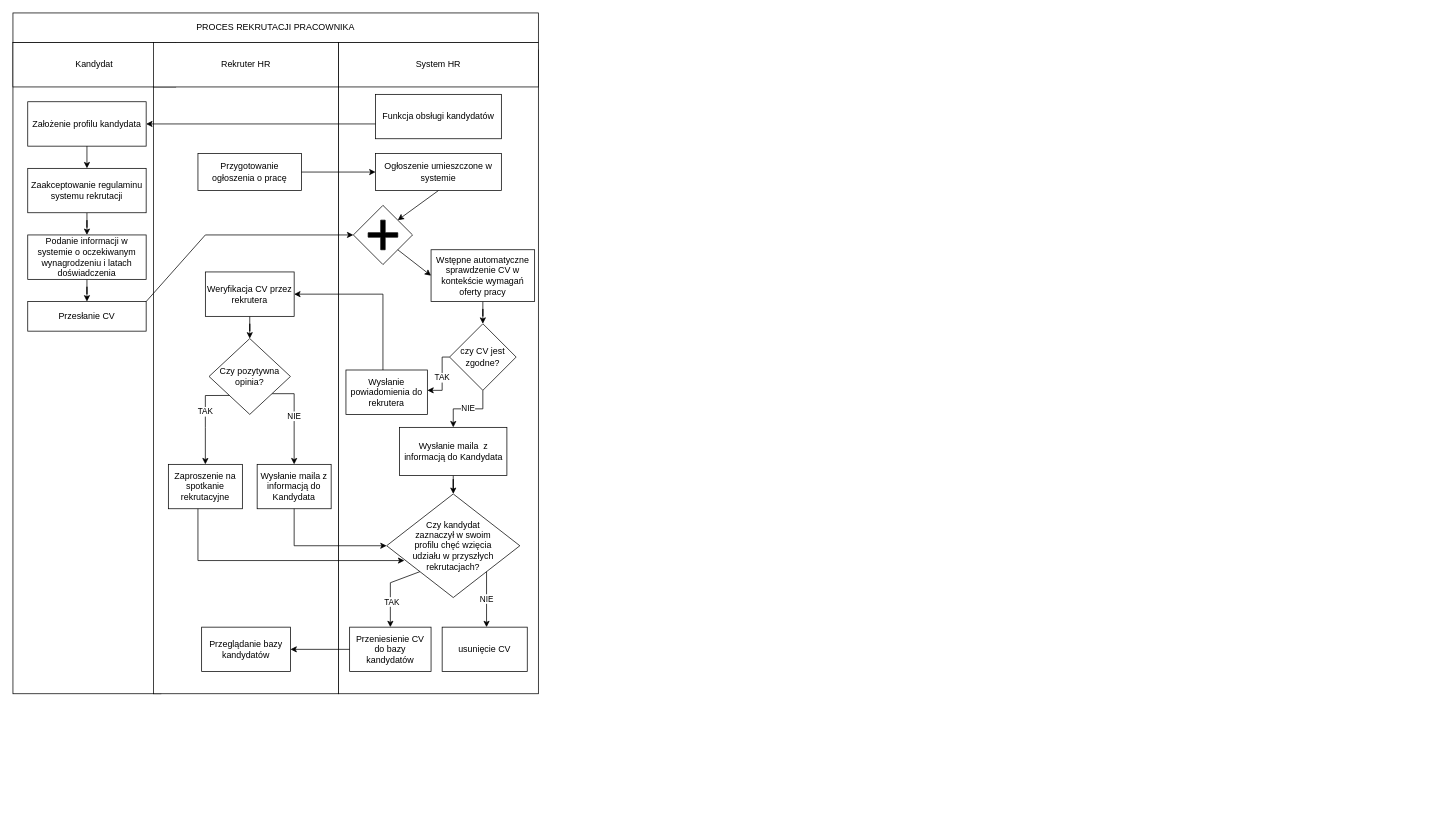
This is Diagram bez tytułu.drawio from bwx33/draw, a draw.io file, before an edit. Source tidied: cells renumbered, new cells numbered last; positions are measured from the earlier drawing's top-left corner, leaving out a move shared by most shapes. Both pictures are drawn from the tidied source at 74%, with x=0, y=0 at pixel (13, 13).
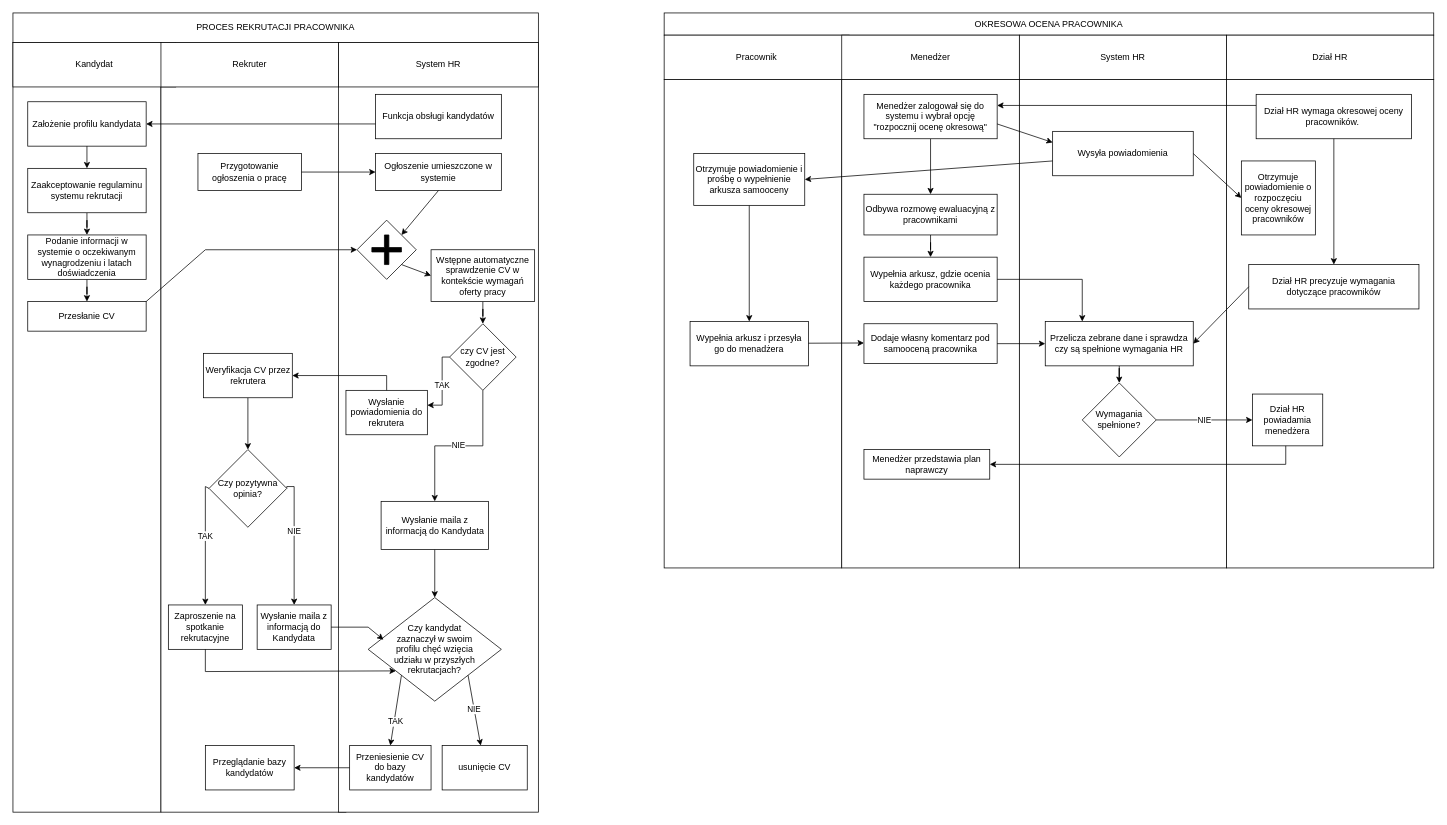
After the change.

The change refers to these unchanged cells:
```xml
<mxCell id="16" value="czy CV jest zgodne?" style="rhombus;whiteSpace=wrap;html=1;" parent="1" vertex="1">
  <mxGeometry x="590" y="420" width="90" height="90" as="geometry" />
</mxCell>
```

Diff of the diagram source:
```diff
@@
     <mxCell id="2" style="rounded=0;whiteSpace=wrap;html=1;" parent="1" vertex="1">
-      <mxGeometry y="40" width="200" height="880" as="geometry" />
+      <mxGeometry y="40" width="200" height="1040" as="geometry" />
     </mxCell>
     <mxCell id="3" style="rounded=0;whiteSpace=wrap;html=1;" parent="1" vertex="1">
-      <mxGeometry x="190" y="35" width="250" height="885" as="geometry" />
+      <mxGeometry x="200" y="35" width="250" height="1045" as="geometry" />
     </mxCell>
     <mxCell id="4" style="rounded=0;whiteSpace=wrap;html=1;" parent="1" vertex="1">
-      <mxGeometry x="440" y="50" width="270" height="870" as="geometry" />
+      <mxGeometry x="440" y="40" width="270" height="1040" as="geometry" />
     </mxCell>
@@
-    <mxCell id="7" value="Rekruter HR" style="rounded=0;whiteSpace=wrap;html=1;" parent="1" vertex="1">
-      <mxGeometry x="190" y="40" width="250" height="60" as="geometry" />
+    <mxCell id="7" value="Rekruter" style="rounded=0;whiteSpace=wrap;html=1;" parent="1" vertex="1">
+      <mxGeometry x="200" y="40" width="240" height="60" as="geometry" />
     </mxCell>
@@
     <mxCell id="15" value="TAK" style="edgeStyle=orthogonalEdgeStyle;rounded=0;jettySize=auto;html=1;" parent="1" edge="1" source="16" target="35">
       <mxGeometry relative="1" as="geometry">
         <Array as="points">
           <mxPoint x="580" y="465" />
-          <mxPoint x="580" y="510" />
+          <mxPoint x="580" y="530" />
         </Array>
       </mxGeometry>
     </mxCell>
@@
     <mxCell id="18" value="Weryfikacja CV przez rekrutera" style="rounded=0;whiteSpace=wrap;html=1;" parent="1" vertex="1">
-      <mxGeometry x="260" y="350" width="120" height="60" as="geometry" />
+      <mxGeometry x="257.5" y="460" width="120" height="60" as="geometry" />
     </mxCell>
@@
-    <mxCell id="20" value="&lt;div&gt;&lt;span style=&quot;background-color: transparent; color: light-dark(rgb(0, 0, 0), rgb(255, 255, 255));&quot;&gt;Wysłanie maila&amp;nbsp;&lt;/span&gt;&lt;span style=&quot;background-color: transparent; color: light-dark(rgb(0, 0, 0), rgb(255, 255, 255));&quot;&gt;&amp;nbsp;&lt;/span&gt;&lt;span style=&quot;background-color: transparent; color: light-dark(rgb(0, 0, 0), rgb(255, 255, 255));&quot;&gt;z informacją&amp;nbsp;&lt;/span&gt;&lt;span style=&quot;background-color: transparent; color: light-dark(rgb(0, 0, 0), rgb(255, 255, 255));&quot;&gt;do Kandydata&lt;/span&gt;&lt;/div&gt;" style="whiteSpace=wrap;html=1;" parent="1" vertex="1">
-      <mxGeometry x="522.5" y="560" width="145" height="65" as="geometry" />
+    <mxCell id="20" value="&lt;div&gt;&lt;span style=&quot;background-color: transparent; color: light-dark(rgb(0, 0, 0), rgb(255, 255, 255));&quot;&gt;Wysłanie maila&amp;nbsp;&lt;/span&gt;&lt;span style=&quot;background-color: transparent; color: light-dark(rgb(0, 0, 0), rgb(255, 255, 255));&quot;&gt;z informacją&amp;nbsp;&lt;/span&gt;&lt;span style=&quot;background-color: transparent; color: light-dark(rgb(0, 0, 0), rgb(255, 255, 255));&quot;&gt;do Kandydata&lt;/span&gt;&lt;/div&gt;" style="whiteSpace=wrap;html=1;" parent="1" vertex="1">
+      <mxGeometry x="497.5" y="660" width="145" height="65" as="geometry" />
     </mxCell>
-    <mxCell id="21" value="NIE" style="edgeStyle=orthogonalEdgeStyle;rounded=0;orthogonalLoop=1;jettySize=auto;html=1;" parent="1" edge="1">
-      <mxGeometry relative="1" as="geometry">
-        <mxPoint x="345" y="514.5" as="sourcePoint" />
-        <mxPoint x="380" y="610" as="targetPoint" />
+    <mxCell id="21" value="NIE" style="edgeStyle=orthogonalEdgeStyle;rounded=0;jettySize=auto;html=1;entryX=0.5;entryY=0;entryDx=0;entryDy=0;exitX=1;exitY=0.5;exitDx=0;exitDy=0;" parent="1" edge="1" source="22" target="23">
+      <mxGeometry x="-0.17" relative="1" as="geometry">
         <Array as="points">
-          <mxPoint x="380" y="515" />
+          <mxPoint x="370" y="640" />
+          <mxPoint x="380" y="640" />
         </Array>
       </mxGeometry>
     </mxCell>
     <mxCell id="22" value="Czy pozytywna opinia?" style="rhombus;whiteSpace=wrap;html=1;rounded=0;" parent="1" vertex="1">
-      <mxGeometry x="265" y="440" width="110" height="102.5" as="geometry" />
+      <mxGeometry x="265" y="590" width="105" height="105" as="geometry" />
     </mxCell>
     <mxCell id="23" value="Wysłanie maila z informacją do Kandydata" style="whiteSpace=wrap;html=1;rounded=0;" parent="1" vertex="1">
-      <mxGeometry x="330" y="610" width="100" height="60" as="geometry" />
+      <mxGeometry x="330" y="800" width="100" height="60" as="geometry" />
     </mxCell>
     <mxCell id="24" value="Zaproszenie na spotkanie rekrutacyjne" style="rounded=0;whiteSpace=wrap;html=1;" parent="1" vertex="1">
-      <mxGeometry x="210" y="610" width="100" height="60" as="geometry" />
+      <mxGeometry x="210" y="800" width="100" height="60" as="geometry" />
     </mxCell>
-    <mxCell id="25" value="TAK" style="endArrow=classic;html=1;rounded=0;exitX=0;exitY=1;exitDx=0;exitDy=0;entryX=0.5;entryY=0;entryDx=0;entryDy=0;" parent="1" edge="1" source="22" target="24">
+    <mxCell id="25" value="TAK" style="endArrow=classic;html=1;rounded=0;exitX=0;exitY=0.5;exitDx=0;exitDy=0;entryX=0.5;entryY=0;entryDx=0;entryDy=0;" parent="1" edge="1" source="22" target="24">
       <mxGeometry x="-0.12" relative="1" as="geometry">
         <Array as="points">
-          <mxPoint x="260" y="517" />
-          <mxPoint x="260" y="560" />
+          <mxPoint x="260" y="640" />
         </Array>
       </mxGeometry>
     </mxCell>
@@
     <mxCell id="35" value="Wysłanie powiadomienia do rekrutera" style="rounded=0;whiteSpace=wrap;html=1;" parent="1" vertex="1">
-      <mxGeometry x="450" y="482.5" width="110" height="60" as="geometry" />
+      <mxGeometry x="450" y="510" width="110" height="60" as="geometry" />
     </mxCell>
-    <mxCell id="36" style="endArrow=classic;html=1;rounded=0;entryX=1;entryY=0.5;entryDx=0;entryDy=0;" parent="1" edge="1" target="18">
+    <mxCell id="36" style="endArrow=classic;html=1;rounded=0;entryX=1;entryY=0.5;entryDx=0;entryDy=0;exitX=0.5;exitY=0;exitDx=0;exitDy=0;" parent="1" edge="1" source="35" target="18">
       <mxGeometry relative="1" as="geometry">
-        <mxPoint x="500" y="482.5" as="sourcePoint" />
         <Array as="points">
-          <mxPoint x="500" y="380" />
+          <mxPoint x="505" y="490" />
         </Array>
       </mxGeometry>
     </mxCell>
     <mxCell id="37" value="Czy kandydat &lt;br&gt;zaznaczył w swoim &lt;br&gt;profilu chęć wzięcia &lt;br&gt;udziału w przyszłych rekrutacjach?" style="rhombus;whiteSpace=wrap;html=1;" parent="1" vertex="1">
-      <mxGeometry x="505" y="650" width="180" height="140" as="geometry" />
+      <mxGeometry x="480" y="790" width="180" height="140" as="geometry" />
     </mxCell>
     <mxCell id="38" value="usunięcie CV" style="rounded=0;whiteSpace=wrap;html=1;" parent="1" vertex="1">
-      <mxGeometry x="580" y="830" width="115" height="60" as="geometry" />
+      <mxGeometry x="580" y="990" width="115" height="60" as="geometry" />
     </mxCell>
     <mxCell id="39" value="Przeniesienie CV do bazy kandydatów" style="rounded=0;whiteSpace=wrap;html=1;" parent="1" vertex="1">
-      <mxGeometry x="455" y="830" width="110" height="60" as="geometry" />
+      <mxGeometry x="455" y="990" width="110" height="60" as="geometry" />
     </mxCell>
     <mxCell id="40" style="endArrow=classic;html=1;rounded=0;entryX=0.5;entryY=0;entryDx=0;entryDy=0;exitX=0;exitY=1;exitDx=0;exitDy=0;" parent="1" edge="1" source="37" target="39">
-      <mxGeometry relative="1" as="geometry">
-        <Array as="points">
-          <mxPoint x="510" y="770" />
-        </Array>
-      </mxGeometry>
+      <mxGeometry relative="1" as="geometry" />
     </mxCell>
@@
-    <mxCell id="42" style="endArrow=classic;html=1;rounded=0;exitX=1;exitY=1;exitDx=0;exitDy=0;" parent="1" edge="1" source="37">
-      <mxGeometry relative="1" as="geometry">
-        <mxPoint x="640" y="830" as="targetPoint" />
-      </mxGeometry>
+    <mxCell id="42" style="endArrow=classic;html=1;rounded=0;exitX=1;exitY=1;exitDx=0;exitDy=0;" parent="1" edge="1" source="37" target="38">
+      <mxGeometry relative="1" as="geometry" />
     </mxCell>
@@
     <mxCell id="44" style="rhombus;whiteSpace=wrap;html=1;" parent="1" vertex="1">
-      <mxGeometry x="460" y="260" width="80" height="80" as="geometry" />
+      <mxGeometry x="465" y="280" width="80" height="80" as="geometry" />
     </mxCell>
     <mxCell id="45" style="shape=cross;whiteSpace=wrap;html=1;shadow=0;gradientColor=none;fillColor=#000000;size=0.15;" parent="1" vertex="1">
-      <mxGeometry x="480" y="280" width="40" height="40" as="geometry" />
+      <mxGeometry x="485" y="300" width="40" height="40" as="geometry" />
     </mxCell>
     <mxCell id="46" style="endArrow=classic;html=1;rounded=0;entryX=0;entryY=0.5;entryDx=0;entryDy=0;" parent="1" edge="1" target="44">
       <mxGeometry relative="1" as="geometry">
         <mxPoint x="180" y="390" as="sourcePoint" />
         <Array as="points">
-          <mxPoint x="260" y="300" />
+          <mxPoint x="260" y="320" />
         </Array>
       </mxGeometry>
     </mxCell>
@@
     <mxCell id="49" value="Przeglądanie bazy kandydatów" style="rounded=0;whiteSpace=wrap;html=1;" parent="1" vertex="1">
-      <mxGeometry x="255" y="830" width="120" height="60" as="geometry" />
+      <mxGeometry x="260" y="990" width="120" height="60" as="geometry" />
     </mxCell>
-    <mxCell id="50" style="endArrow=classic;html=1;rounded=0;exitX=0.5;exitY=1;exitDx=0;exitDy=0;" parent="1" edge="1" source="23">
-      <mxGeometry relative="1" as="geometry">
-        <mxPoint x="505" y="720" as="targetPoint" />
-        <Array as="points">
-          <mxPoint x="380" y="720" />
-        </Array>
-      </mxGeometry>
-    </mxCell>
@@
-    <mxCell id="52" style="endArrow=classic;html=1;rounded=0;entryX=0.133;entryY=0.643;entryDx=0;entryDy=0;entryPerimeter=0;" parent="1" edge="1" target="37">
+    <mxCell id="52" style="endArrow=classic;html=1;rounded=0;entryX=0.208;entryY=0.708;entryDx=0;entryDy=0;entryPerimeter=0;exitX=0.5;exitY=1;exitDx=0;exitDy=0;" parent="1" edge="1" source="24" target="37">
       <mxGeometry relative="1" as="geometry">
-        <mxPoint x="250" y="670" as="sourcePoint" />
         <Array as="points">
-          <mxPoint x="250" y="740" />
+          <mxPoint x="260" y="890" />
         </Array>
       </mxGeometry>
     </mxCell>
+    <mxCell id="53" style="endArrow=classic;html=1;rounded=0;entryX=0.115;entryY=0.407;entryDx=0;entryDy=0;entryPerimeter=0;" parent="1" edge="1" target="37">
+      <mxGeometry relative="1" as="geometry">
+        <mxPoint x="430" y="830" as="sourcePoint" />
+        <Array as="points">
+          <mxPoint x="480" y="830" />
+        </Array>
+      </mxGeometry>
+    </mxCell>
+    <mxCell id="54" value="OKRESOWA OCENA PRACOWNIKA" style="rounded=0;whiteSpace=wrap;html=1;" parent="1" vertex="1">
+      <mxGeometry x="880" width="1040" height="30" as="geometry" />
+    </mxCell>
+    <mxCell id="55" value="Pracownik" style="rounded=0;whiteSpace=wrap;html=1;" parent="1" vertex="1">
+      <mxGeometry x="880" y="30" width="250" height="60" as="geometry" />
+    </mxCell>
+    <mxCell id="56" value="Menedżer" style="rounded=0;whiteSpace=wrap;html=1;" parent="1" vertex="1">
+      <mxGeometry x="1120" y="30" width="240" height="60" as="geometry" />
+    </mxCell>
+    <mxCell id="57" value="System HR" style="rounded=0;whiteSpace=wrap;html=1;" parent="1" vertex="1">
+      <mxGeometry x="1360" y="30" width="280" height="60" as="geometry" />
+    </mxCell>
+    <mxCell id="58" value="Dział HR" style="rounded=0;whiteSpace=wrap;html=1;" parent="1" vertex="1">
+      <mxGeometry x="1640" y="30" width="280" height="60" as="geometry" />
+    </mxCell>
+    <mxCell id="59" style="rounded=0;whiteSpace=wrap;html=1;" parent="1" vertex="1">
+      <mxGeometry x="880" y="90" width="240" height="660" as="geometry" />
+    </mxCell>
+    <mxCell id="60" style="rounded=0;whiteSpace=wrap;html=1;" parent="1" vertex="1">
+      <mxGeometry x="1120" y="90" width="240" height="660" as="geometry" />
+    </mxCell>
+    <mxCell id="61" style="rounded=0;whiteSpace=wrap;html=1;" parent="1" vertex="1">
+      <mxGeometry x="1360" y="90" width="280" height="660" as="geometry" />
+    </mxCell>
+    <mxCell id="62" style="rounded=0;whiteSpace=wrap;html=1;" parent="1" vertex="1">
+      <mxGeometry x="1640" y="90" width="280" height="660" as="geometry" />
+    </mxCell>
+    <mxCell id="63" style="edgeStyle=orthogonalEdgeStyle;rounded=0;jettySize=auto;html=1;" parent="1" edge="1" source="64" target="84">
+      <mxGeometry relative="1" as="geometry" />
+    </mxCell>
+    <mxCell id="64" value="Menedżer zalogował się do systemu i wybrał opcję &quot;rozpocznij ocenę okresową&quot;" style="rounded=0;whiteSpace=wrap;html=1;" parent="1" vertex="1">
+      <mxGeometry x="1150" y="110" width="180" height="60" as="geometry" />
+    </mxCell>
+    <mxCell id="65" value="Wysyła powiadomienia" style="rounded=0;whiteSpace=wrap;html=1;" parent="1" vertex="1">
+      <mxGeometry x="1405" y="160" width="190" height="60" as="geometry" />
+    </mxCell>
+    <mxCell id="66" style="endArrow=classic;html=1;rounded=0;entryX=0;entryY=0.25;entryDx=0;entryDy=0;exitX=1;exitY=0.5;exitDx=0;exitDy=0;" parent="1" edge="1" target="65">
+      <mxGeometry relative="1" as="geometry">
+        <mxPoint x="1330" y="150" as="sourcePoint" />
+      </mxGeometry>
+    </mxCell>
+    <mxCell id="67" style="edgeStyle=orthogonalEdgeStyle;rounded=0;jettySize=auto;html=1;" parent="1" edge="1" source="68" target="74">
+      <mxGeometry relative="1" as="geometry" />
+    </mxCell>
+    <mxCell id="68" value="Otrzymuje powiadomienie i prośbę o wypełnienie arkusza samooceny" style="rounded=0;whiteSpace=wrap;html=1;" parent="1" vertex="1">
+      <mxGeometry x="920" y="190" width="150" height="70" as="geometry" />
+    </mxCell>
+    <mxCell id="69" value="Dział HR wymaga okresowej oceny pracowników.&amp;nbsp;" style="rounded=0;whiteSpace=wrap;html=1;" parent="1" vertex="1">
+      <mxGeometry x="1680" y="110" width="210" height="60" as="geometry" />
+    </mxCell>
+    <mxCell id="70" style="endArrow=classic;html=1;rounded=0;exitX=0;exitY=0.25;exitDx=0;exitDy=0;entryX=1;entryY=0.25;entryDx=0;entryDy=0;entryPerimeter=0;" parent="1" edge="1" source="69" target="64">
+      <mxGeometry relative="1" as="geometry" />
+    </mxCell>
+    <mxCell id="71" style="endArrow=classic;html=1;rounded=0;entryX=0;entryY=0.5;entryDx=0;entryDy=0;exitX=1;exitY=0.5;exitDx=0;exitDy=0;" parent="1" edge="1" source="65" target="72">
+      <mxGeometry relative="1" as="geometry" />
+    </mxCell>
+    <mxCell id="72" value="Otrzymuje powiadomienie o rozpoczęciu oceny okresowej pracowników" style="rounded=0;whiteSpace=wrap;html=1;" parent="1" vertex="1">
+      <mxGeometry x="1660" y="200" width="100" height="100" as="geometry" />
+    </mxCell>
+    <mxCell id="73" style="endArrow=classic;html=1;rounded=0;entryX=1;entryY=0.5;entryDx=0;entryDy=0;" parent="1" edge="1" target="68">
+      <mxGeometry relative="1" as="geometry">
+        <mxPoint x="1405" y="200" as="sourcePoint" />
+      </mxGeometry>
+    </mxCell>
+    <mxCell id="74" value="Wypełnia arkusz i przesyła go do menadżera" style="whiteSpace=wrap;html=1;rounded=0;" parent="1" vertex="1">
+      <mxGeometry x="915" y="416.9" width="160" height="60" as="geometry" />
+    </mxCell>
+    <mxCell id="75" style="edgeStyle=orthogonalEdgeStyle;rounded=0;jettySize=auto;html=1;" parent="1" edge="1" source="76" target="87">
+      <mxGeometry relative="1" as="geometry" />
+    </mxCell>
+    <mxCell id="76" value="Przelicza zebrane dane i sprawdza czy są spełnione wymagania HR" style="rounded=0;whiteSpace=wrap;html=1;" parent="1" vertex="1">
+      <mxGeometry x="1395" y="416.9" width="200" height="60" as="geometry" />
+    </mxCell>
+    <mxCell id="77" value="Wypełnia arkusz, gdzie ocenia każdego pracownika" style="rounded=0;whiteSpace=wrap;html=1;" parent="1" vertex="1">
+      <mxGeometry x="1150" y="330" width="180" height="60" as="geometry" />
+    </mxCell>
+    <mxCell id="78" style="endArrow=classic;html=1;rounded=0;entryX=0.5;entryY=0;entryDx=0;entryDy=0;exitX=0.5;exitY=1;exitDx=0;exitDy=0;" parent="1" edge="1" source="69" target="79">
+      <mxGeometry relative="1" as="geometry" />
+    </mxCell>
+    <mxCell id="79" value="Dział HR precyzuje wymagania &lt;br&gt;dotyczące pracowników" style="rounded=0;whiteSpace=wrap;html=1;" parent="1" vertex="1">
+      <mxGeometry x="1670" y="340" width="230" height="60" as="geometry" />
+    </mxCell>
+    <mxCell id="80" style="endArrow=classic;html=1;rounded=0;entryX=1;entryY=0.5;entryDx=0;entryDy=0;exitX=0;exitY=0.5;exitDx=0;exitDy=0;" parent="1" edge="1" source="79" target="76">
+      <mxGeometry relative="1" as="geometry" />
+    </mxCell>
+    <mxCell id="81" value="Dodaje własny komentarz pod samooceną pracownika" style="rounded=0;whiteSpace=wrap;html=1;" parent="1" vertex="1">
+      <mxGeometry x="1150" y="420" width="180" height="53.8" as="geometry" />
+    </mxCell>
+    <mxCell id="82" style="endArrow=classic;html=1;rounded=0;" parent="1" edge="1">
+      <mxGeometry relative="1" as="geometry">
+        <mxPoint x="1075" y="446.3" as="sourcePoint" />
+        <mxPoint x="1150" y="446" as="targetPoint" />
+      </mxGeometry>
+    </mxCell>
+    <mxCell id="83" style="edgeStyle=orthogonalEdgeStyle;rounded=0;jettySize=auto;html=1;" parent="1" edge="1" source="84" target="77">
+      <mxGeometry relative="1" as="geometry" />
+    </mxCell>
+    <mxCell id="84" value="Odbywa rozmowę ewaluacyjną z pracownikami" style="rounded=0;whiteSpace=wrap;html=1;" parent="1" vertex="1">
+      <mxGeometry x="1150" y="245" width="180" height="55" as="geometry" />
+    </mxCell>
+    <mxCell id="85" style="endArrow=classic;html=1;rounded=0;entryX=0.25;entryY=0;entryDx=0;entryDy=0;" parent="1" edge="1" target="76">
+      <mxGeometry relative="1" as="geometry">
+        <mxPoint x="1330" y="360" as="sourcePoint" />
+        <Array as="points">
+          <mxPoint x="1445" y="360" />
+        </Array>
+      </mxGeometry>
+    </mxCell>
+    <mxCell id="86" style="endArrow=classic;html=1;rounded=0;entryX=0;entryY=0.5;entryDx=0;entryDy=0;exitX=1;exitY=0.5;exitDx=0;exitDy=0;" parent="1" edge="1" source="81" target="76">
+      <mxGeometry relative="1" as="geometry" />
+    </mxCell>
+    <mxCell id="87" value="Wymagania spełnione?" style="rhombus;whiteSpace=wrap;html=1;rounded=0;" parent="1" vertex="1">
+      <mxGeometry x="1445" y="500" width="100" height="100" as="geometry" />
+    </mxCell>
+    <mxCell id="88" value="Dział HR powiadamia menedżera" style="rounded=0;whiteSpace=wrap;html=1;" parent="1" vertex="1">
+      <mxGeometry x="1675" y="515" width="95" height="70" as="geometry" />
+    </mxCell>
+    <mxCell id="89" value="NIE" style="endArrow=classic;html=1;rounded=0;entryX=0;entryY=0.5;entryDx=0;entryDy=0;" parent="1" edge="1" target="88">
+      <mxGeometry relative="1" as="geometry">
+        <mxPoint x="1545" y="550" as="sourcePoint" />
+      </mxGeometry>
+    </mxCell>
+    <mxCell id="90" value="Menedżer przedstawia plan naprawczy" style="rounded=0;whiteSpace=wrap;html=1;" parent="1" vertex="1">
+      <mxGeometry x="1150" y="590" width="170" height="40" as="geometry" />
+    </mxCell>
+    <mxCell id="91" style="endArrow=classic;html=1;rounded=0;entryX=1;entryY=0.5;entryDx=0;entryDy=0;" parent="1" edge="1" target="90">
+      <mxGeometry relative="1" as="geometry">
+        <mxPoint x="1720" y="585" as="sourcePoint" />
+        <Array as="points">
+          <mxPoint x="1720" y="610" />
+        </Array>
+      </mxGeometry>
+    </mxCell>
```
